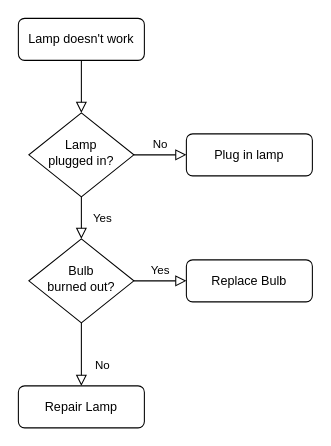
Earlier version of the draw.io diagram Диаграмма без названия.drawio (TeamWim/Diplom). Source tidied: cells renumbered, new cells numbered last; positions are measured from the earlier drawing's top-left corner, leaving out a move shared by most shapes. Both pictures are drawn from the tidied source at 105%, with x=0, y=0 at pixel (18, 18).
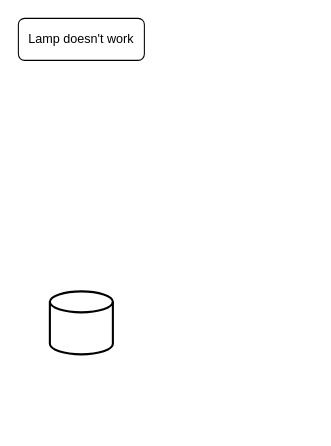
The same page after the edit.

Diff of the diagram source:
```diff
@@
 <mxGraphModel>
   <root>
     <mxCell id="0" />
     <mxCell id="1" parent="0" />
-    <mxCell id="2" style="rounded=0;html=1;jettySize=auto;fontSize=11;endArrow=block;endFill=0;endSize=8;strokeWidth=1;shadow=0;labelBackgroundColor=none;edgeStyle=orthogonalEdgeStyle;" parent="1" edge="1" source="3" target="6">
-      <mxGeometry relative="1" as="geometry" />
-    </mxCell>
     <mxCell id="3" value="Lamp doesn't work" style="rounded=1;whiteSpace=wrap;html=1;fontSize=12;glass=0;strokeWidth=1;shadow=0;" parent="1" vertex="1">
       <mxGeometry width="120" height="40" as="geometry" />
     </mxCell>
-    <mxCell id="4" value="Yes" style="rounded=0;html=1;jettySize=auto;fontSize=11;endArrow=block;endFill=0;endSize=8;strokeWidth=1;shadow=0;labelBackgroundColor=none;edgeStyle=orthogonalEdgeStyle;" parent="1" edge="1" source="6" target="10">
-      <mxGeometry y="20" relative="1" as="geometry" />
-    </mxCell>
-    <mxCell id="5" value="No" style="edgeStyle=orthogonalEdgeStyle;rounded=0;html=1;jettySize=auto;fontSize=11;endArrow=block;endFill=0;endSize=8;strokeWidth=1;shadow=0;labelBackgroundColor=none;" parent="1" edge="1" source="6" target="7">
-      <mxGeometry y="10" relative="1" as="geometry" />
-    </mxCell>
-    <mxCell id="6" value="Lamp&lt;br&gt;plugged in?" style="rhombus;whiteSpace=wrap;html=1;shadow=0;fontFamily=Helvetica;fontSize=12;align=center;strokeWidth=1;spacing=6;spacingTop=-4;" parent="1" vertex="1">
-      <mxGeometry x="10" y="90" width="100" height="80" as="geometry" />
-    </mxCell>
-    <mxCell id="7" value="Plug in lamp" style="rounded=1;whiteSpace=wrap;html=1;fontSize=12;glass=0;strokeWidth=1;shadow=0;" parent="1" vertex="1">
-      <mxGeometry x="160" y="110" width="120" height="40" as="geometry" />
-    </mxCell>
-    <mxCell id="8" value="No" style="rounded=0;html=1;jettySize=auto;fontSize=11;endArrow=block;endFill=0;endSize=8;strokeWidth=1;shadow=0;labelBackgroundColor=none;edgeStyle=orthogonalEdgeStyle;" parent="1" edge="1" source="10" target="11">
-      <mxGeometry x="0.33" y="20" relative="1" as="geometry" />
-    </mxCell>
-    <mxCell id="9" value="Yes" style="edgeStyle=orthogonalEdgeStyle;rounded=0;html=1;jettySize=auto;fontSize=11;endArrow=block;endFill=0;endSize=8;strokeWidth=1;shadow=0;labelBackgroundColor=none;" parent="1" edge="1" source="10" target="12">
-      <mxGeometry y="10" relative="1" as="geometry" />
-    </mxCell>
-    <mxCell id="10" value="Bulb&lt;br&gt;burned out?" style="rhombus;whiteSpace=wrap;html=1;shadow=0;fontFamily=Helvetica;fontSize=12;align=center;strokeWidth=1;spacing=6;spacingTop=-4;" parent="1" vertex="1">
-      <mxGeometry x="10" y="210" width="100" height="80" as="geometry" />
-    </mxCell>
-    <mxCell id="11" value="Repair Lamp" style="rounded=1;whiteSpace=wrap;html=1;fontSize=12;glass=0;strokeWidth=1;shadow=0;" parent="1" vertex="1">
-      <mxGeometry y="350" width="120" height="40" as="geometry" />
-    </mxCell>
-    <mxCell id="12" value="Replace Bulb" style="rounded=1;whiteSpace=wrap;html=1;fontSize=12;glass=0;strokeWidth=1;shadow=0;" parent="1" vertex="1">
-      <mxGeometry x="160" y="230" width="120" height="40" as="geometry" />
-    </mxCell>
+    <mxCell id="13" style="strokeWidth=2;html=1;shape=mxgraph.flowchart.database;whiteSpace=wrap;" parent="1" vertex="1">
+      <mxGeometry x="30" y="260" width="60" height="60" as="geometry" />
+    </mxCell>
   </root>
 </mxGraphModel>
```
